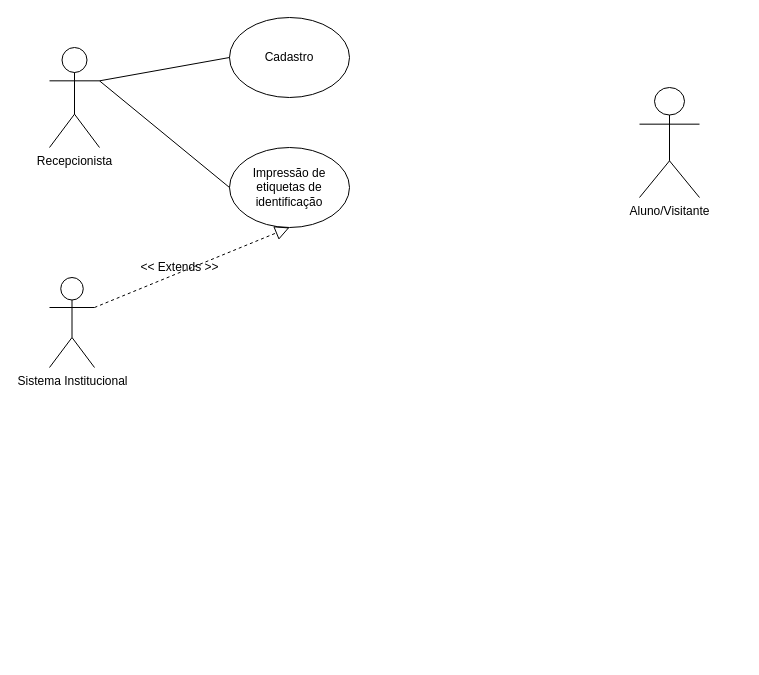
This is AnaliseSistemasII/Untitled Diagram.drawio from owlprog-glitch/spiritpro, a draw.io file, before an edit. Source tidied: cells renumbered, new cells numbered last; positions are measured from the earlier drawing's top-left corner, leaving out a move shared by most shapes. Both pictures are drawn from the tidied source at 100%, with x=0, y=0 at pixel (49, 17).
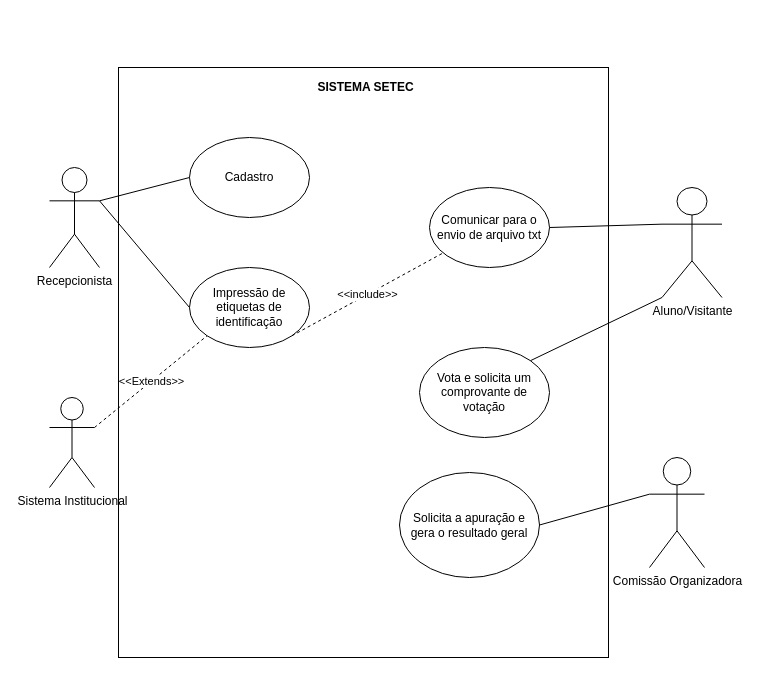
Above is the later version.

What changed in the source:
```diff
@@
 <mxGraphModel>
   <root>
     <mxCell id="0" />
     <mxCell id="1" parent="0" />
+    <mxCell id="11" style="rounded=0;whiteSpace=wrap;html=1;" parent="1" vertex="1">
+      <mxGeometry x="69" y="50" width="490" height="590" as="geometry" />
+    </mxCell>
     <mxCell id="2" value="&lt;div&gt;Recepcionista&lt;/div&gt;" style="shape=umlActor;verticalLabelPosition=bottom;verticalAlign=top;html=1;outlineConnect=0;" parent="1" vertex="1">
-      <mxGeometry y="30" width="50" height="100" as="geometry" />
+      <mxGeometry y="150" width="50" height="100" as="geometry" />
     </mxCell>
     <mxCell id="3" value="Aluno/Visitante" style="shape=umlActor;verticalLabelPosition=bottom;verticalAlign=top;html=1;outlineConnect=0;" parent="1" vertex="1">
-      <mxGeometry x="590" y="70" width="60" height="110" as="geometry" />
+      <mxGeometry x="612.5" y="170" width="60" height="110" as="geometry" />
     </mxCell>
     <mxCell id="4" value="Cadastro" style="ellipse;whiteSpace=wrap;html=1;" parent="1" vertex="1">
-      <mxGeometry x="180" width="120" height="80" as="geometry" />
+      <mxGeometry x="140" y="120" width="120" height="80" as="geometry" />
     </mxCell>
     <mxCell id="5" value="Impressão de etiquetas de identificação" style="ellipse;whiteSpace=wrap;html=1;" parent="1" vertex="1">
-      <mxGeometry x="180" y="130" width="120" height="80" as="geometry" />
+      <mxGeometry x="140" y="250" width="120" height="80" as="geometry" />
     </mxCell>
     <mxCell id="6" value="Sistema Institucional" style="shape=umlActor;verticalLabelPosition=bottom;verticalAlign=top;html=1;outlineConnect=0;" parent="1" vertex="1">
-      <mxGeometry y="260" width="45" height="90" as="geometry" />
+      <mxGeometry y="380" width="45" height="90" as="geometry" />
     </mxCell>
     <mxCell id="7" style="endArrow=none;html=1;exitX=1;exitY=0.3333333333333333;exitDx=0;exitDy=0;exitPerimeter=0;entryX=0;entryY=0.5;entryDx=0;entryDy=0;" parent="1" edge="1" source="2" target="4">
       <mxGeometry relative="1" as="geometry" />
     </mxCell>
     <mxCell id="8" style="endArrow=none;html=1;exitX=1;exitY=0.3333333333333333;exitDx=0;exitDy=0;exitPerimeter=0;entryX=0;entryY=0.5;entryDx=0;entryDy=0;" parent="1" edge="1" source="2" target="5">
       <mxGeometry relative="1" as="geometry" />
     </mxCell>
+    <mxCell id="12" value="&lt;div&gt;Comunicar para o envio de arquivo txt&lt;/div&gt;" style="ellipse;whiteSpace=wrap;html=1;" parent="1" vertex="1">
+      <mxGeometry x="380" y="170" width="120" height="80" as="geometry" />
+    </mxCell>
+    <mxCell id="13" style="endArrow=none;html=1;entryX=0;entryY=0.3333333333333333;entryDx=0;entryDy=0;entryPerimeter=0;exitX=1;exitY=0.5;exitDx=0;exitDy=0;" parent="1" edge="1" source="12" target="3">
+      <mxGeometry relative="1" as="geometry" />
+    </mxCell>
+    <mxCell id="14" value="&amp;lt;&amp;lt;include&amp;gt;&amp;gt;" style="endArrow=none;dashed=1;html=1;exitX=1;exitY=1;exitDx=0;exitDy=0;" parent="1" edge="1" source="5" target="12">
+      <mxGeometry relative="1" as="geometry" />
+    </mxCell>
-    <mxCell id="9" style="endArrow=block;dashed=1;endFill=0;endSize=12;html=1;exitX=1;exitY=0.3333333333333333;exitDx=0;exitDy=0;exitPerimeter=0;entryX=0.5;entryY=1;entryDx=0;entryDy=0;" parent="1" edge="1" source="6" target="5">
+    <mxCell id="9" value="&amp;lt;&amp;lt;Extends&amp;gt;&amp;gt;" style="endArrow=none;dashed=1;html=1;exitX=1;exitY=0.3333333333333333;exitDx=0;exitDy=0;exitPerimeter=0;entryX=0;entryY=1;entryDx=0;entryDy=0;" parent="1" edge="1" source="6" target="5">
       <mxGeometry relative="1" as="geometry" />
     </mxCell>
-    <mxCell id="10" value="&amp;lt;&amp;lt; Extends &amp;gt;&amp;gt;" style="text;html=1;align=center;verticalAlign=middle;" parent="1" vertex="1">
-      <mxGeometry x="85" y="240" width="90" height="20" as="geometry" />
-    </mxCell>
+    <mxCell id="15" value="Comissão Organizadora" style="shape=umlActor;verticalLabelPosition=bottom;verticalAlign=top;html=1;outlineConnect=0;" parent="1" vertex="1">
+      <mxGeometry x="600" y="440" width="55" height="110" as="geometry" />
+    </mxCell>
+    <mxCell id="16" value="Vota e solicita um comprovante de votação" style="ellipse;whiteSpace=wrap;html=1;" parent="1" vertex="1">
+      <mxGeometry x="370" y="330" width="130" height="90" as="geometry" />
+    </mxCell>
+    <mxCell id="17" style="endArrow=none;html=1;exitX=1;exitY=0;exitDx=0;exitDy=0;entryX=0;entryY=1;entryDx=0;entryDy=0;entryPerimeter=0;" parent="1" edge="1" source="16" target="3">
+      <mxGeometry relative="1" as="geometry" />
+    </mxCell>
+    <mxCell id="18" value="Solicita a apuração e gera o resultado geral" style="ellipse;whiteSpace=wrap;html=1;" parent="1" vertex="1">
+      <mxGeometry x="350" y="455" width="140" height="105" as="geometry" />
+    </mxCell>
+    <mxCell id="19" style="endArrow=none;html=1;exitX=1;exitY=0.5;exitDx=0;exitDy=0;entryX=0;entryY=0.3333333333333333;entryDx=0;entryDy=0;entryPerimeter=0;" parent="1" edge="1" source="18" target="15">
+      <mxGeometry relative="1" as="geometry" />
+    </mxCell>
+    <mxCell id="20" value="SISTEMA SETEC" style="text;html=1;strokeColor=none;fillColor=none;align=center;verticalAlign=middle;whiteSpace=wrap;rounded=0;fontStyle=1;" parent="1" vertex="1">
+      <mxGeometry x="253" y="60" width="127" height="20" as="geometry" />
+    </mxCell>
   </root>
 </mxGraphModel>
```
